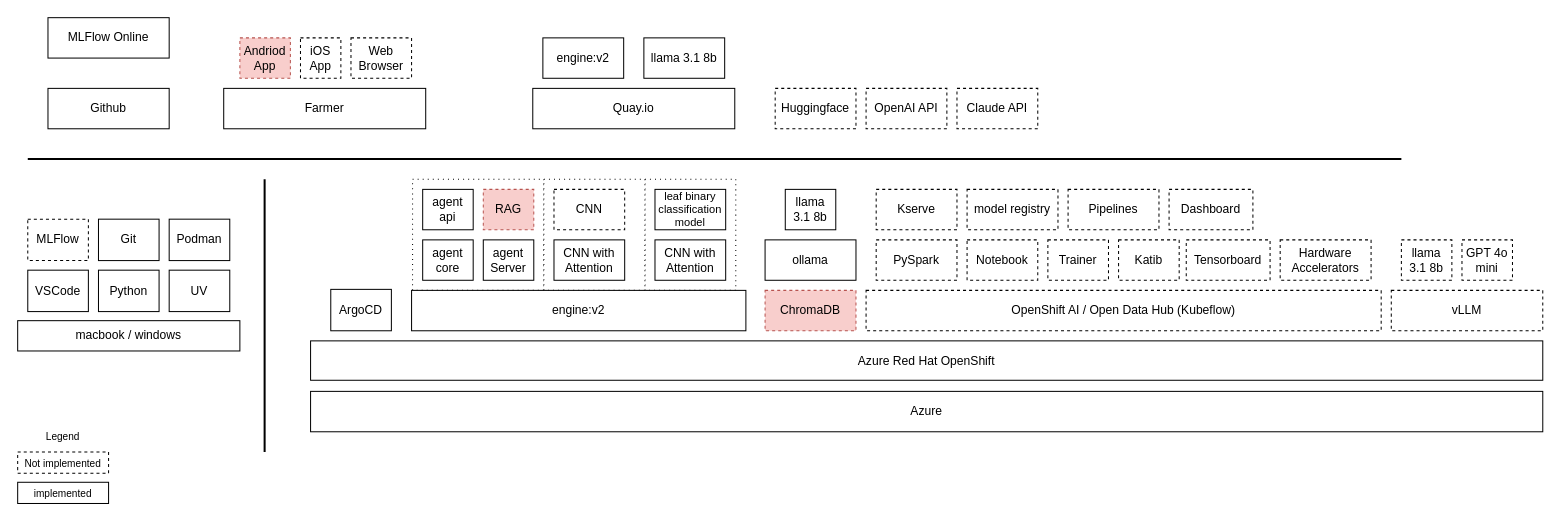
Earlier version of the draw.io diagram page "Deployment-Architecture" (3 of 7) of docs/architecture.drawio (Amitgm/sasya-chikitsa). Source tidied: cells renumbered, new cells numbered last; positions are measured from the earlier drawing's top-left corner, leaving out a move shared by most shapes. Both pictures are drawn from the tidied source at 101%, with x=0, y=0 at pixel (17, 17).
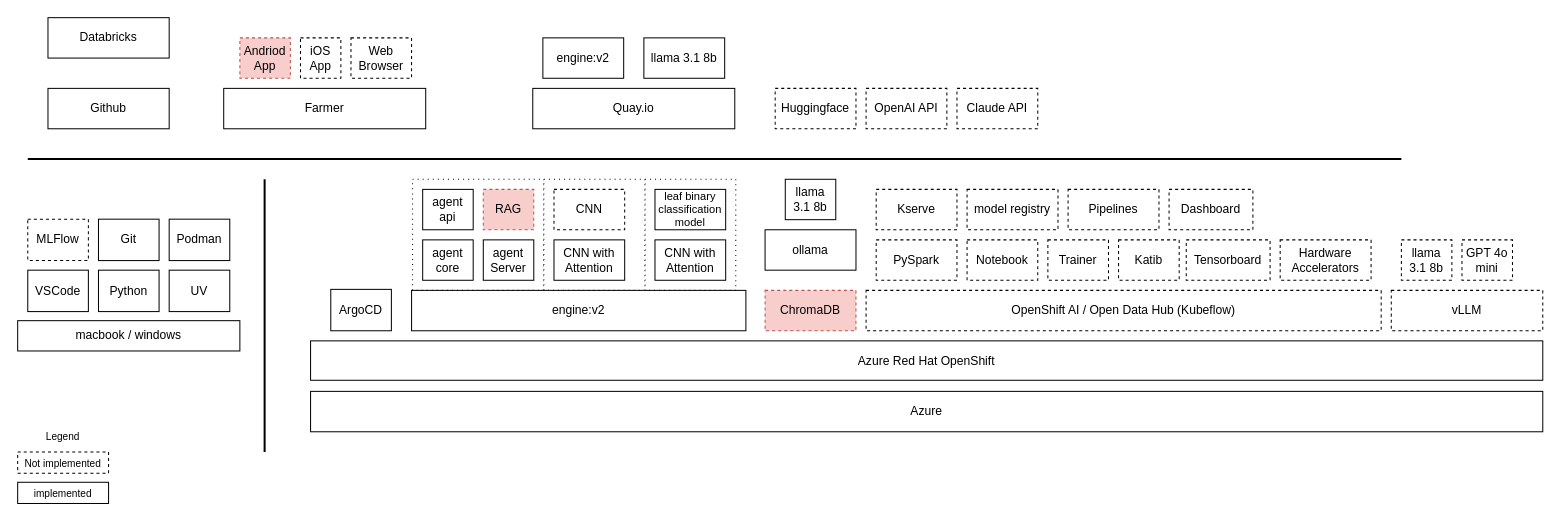
The same diagram, later.

Commit message (it also covers changes not shown here):
added few files to gitignore

Diff of the diagram source:
```diff
@@
     <mxCell id="43" style="group;" parent="1" vertex="1">
-      <mxGeometry x="740" y="170" width="90" height="90" as="geometry" />
+      <mxGeometry x="740" y="160" width="90" height="90" as="geometry" />
     </mxCell>
@@
-    <mxCell id="61" value="MLFlow Online" style="rounded=0;whiteSpace=wrap;html=1;" parent="1" vertex="1">
+    <mxCell id="61" value="Databricks" style="rounded=0;whiteSpace=wrap;html=1;" parent="1" vertex="1">
       <mxGeometry x="30" width="120" height="40" as="geometry" />
     </mxCell>
```
